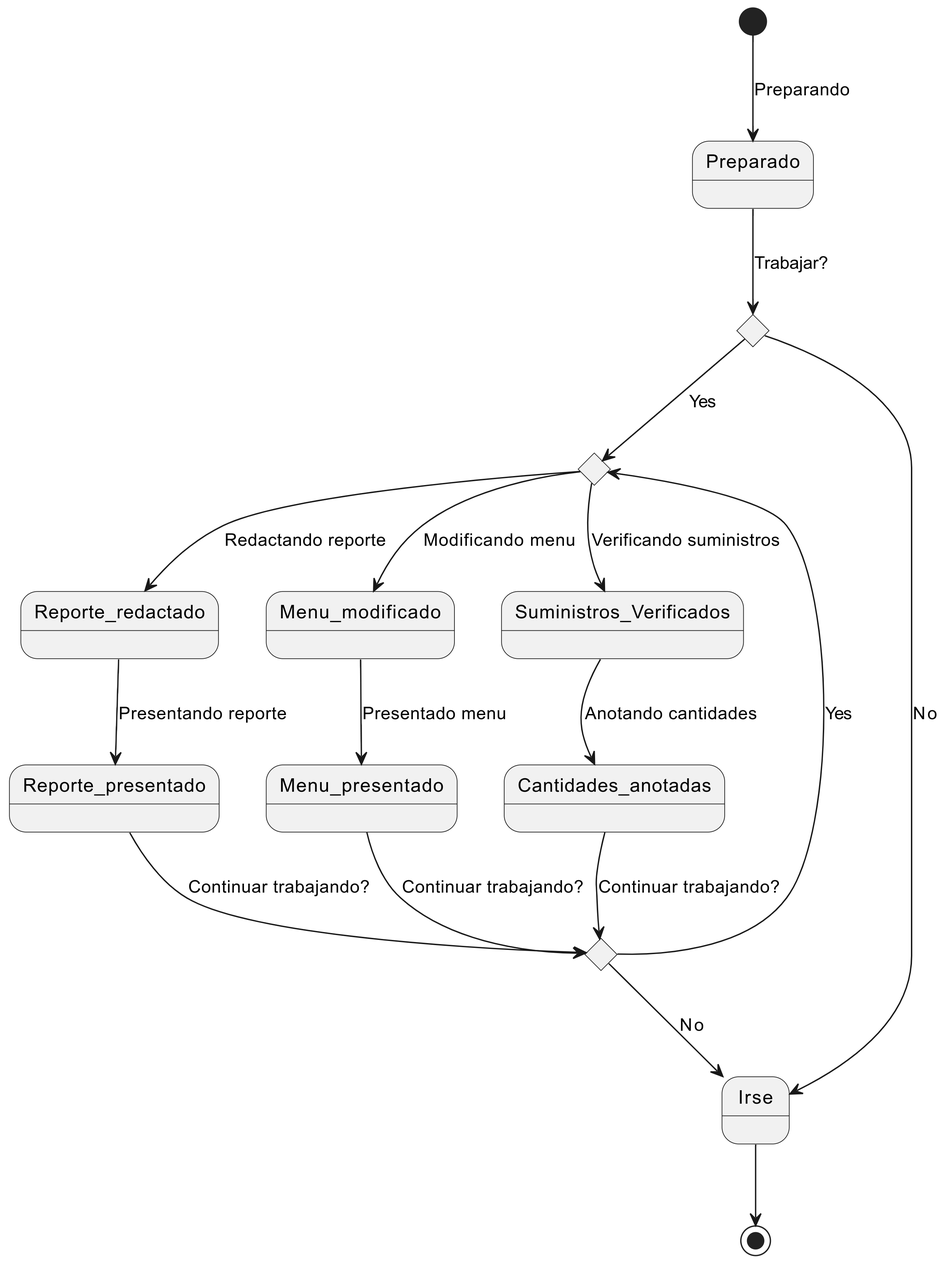
This is docs/Domain Modeling [01] - Status Diagram: Administrators.png from druxorey/ucv-proyecto-cacerola, a PlantUML export, as it was before one commit. Its source is kept beside it as docs/Domain Modeling [01] - Status Diagram: Administrators.plantuml. Source of this version:
```plantuml
@startuml domain-modeling

state a <<choice>>
state b <<choice>>
state c <<choice>>

[*]-->Preparado : Preparando
Preparado-->a : Trabajar?
a-->b : Yes
a-->Irse : No
Irse-->[*]
b-->Reporte_redactado : Redactando reporte
Reporte_redactado-->Reporte_presentado : Presentando reporte
Reporte_presentado-->c : Continuar trabajando?
b-->Menu_modificado : Modificando menu
Menu_modificado-->Menu_presentado : Presentado menu
Menu_presentado-->c : Continuar trabajando?
b-->Suministros_Verificados : Verificando suministros
Suministros_Verificados-->Cantidades_anotadas : Anotando cantidades
Cantidades_anotadas-->c : Continuar trabajando?
c-->b : Yes
c-->Irse : No

@enduml
```
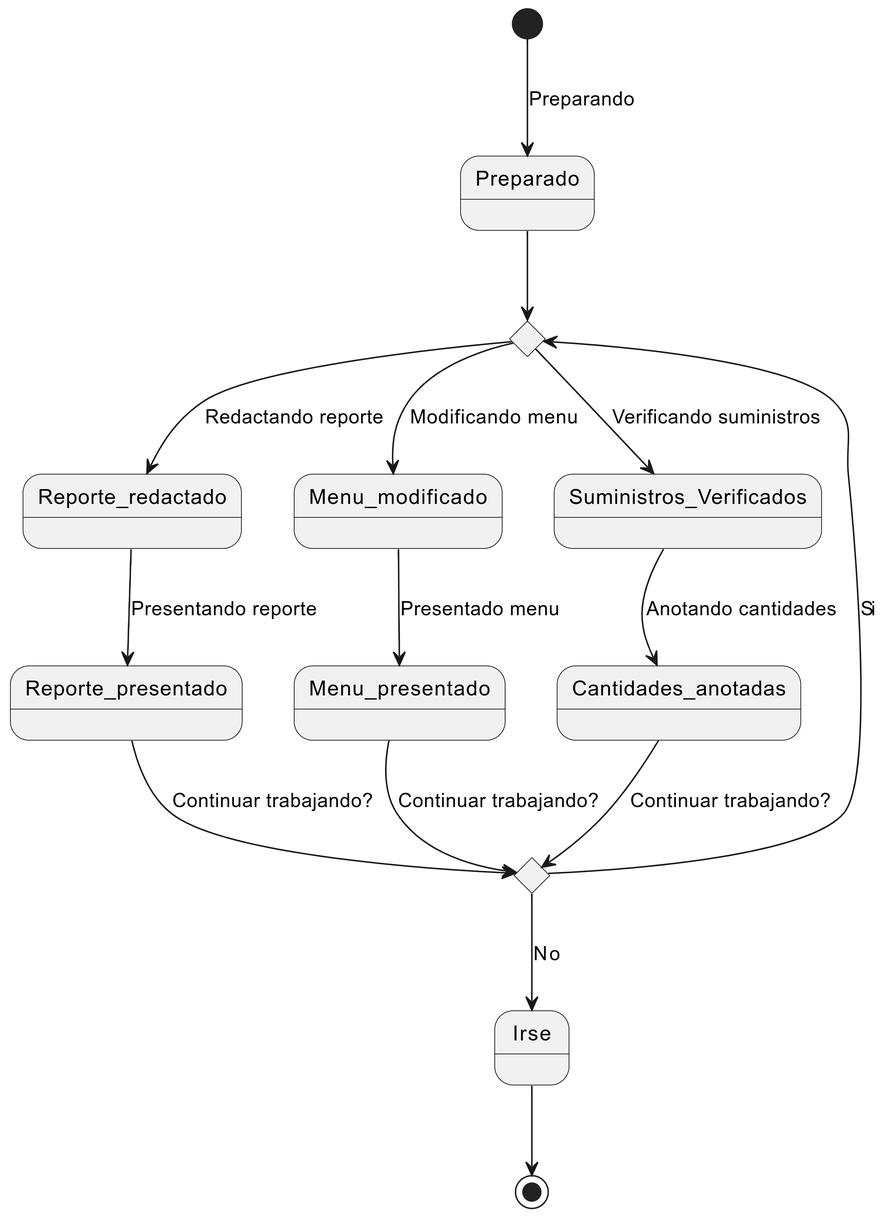
After the commit.

Commit message:
docs(domain-modeling): remove redundant state transitions

Change to the diagram source:
```diff
@@ -1,13 +1,10 @@
 @startuml domain-modeling
 
-state a <<choice>>
 state b <<choice>>
 state c <<choice>>
 
 [*]-->Preparado : Preparando
-Preparado-->a : Trabajar?
-a-->b : Yes
-a-->Irse : No
+Preparado-->b
 Irse-->[*]
 b-->Reporte_redactado : Redactando reporte
 Reporte_redactado-->Reporte_presentado : Presentando reporte
@@ -18,7 +15,7 @@
 b-->Suministros_Verificados : Verificando suministros
 Suministros_Verificados-->Cantidades_anotadas : Anotando cantidades
 Cantidades_anotadas-->c : Continuar trabajando?
-c-->b : Yes
+c-->b : Si
 c-->Irse : No
 
 @enduml
```
